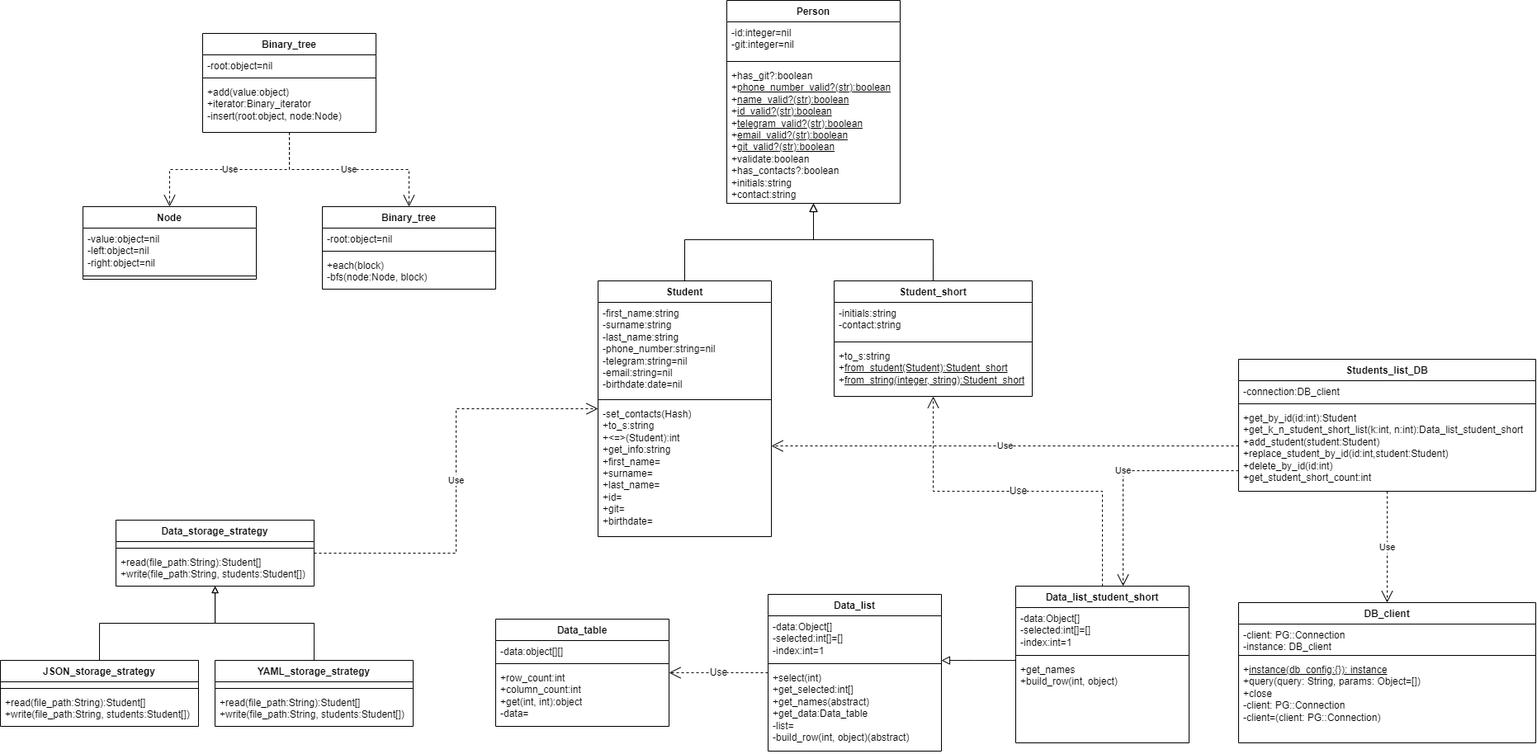
This is student/media/diagrams/class_diagram.png from creatior/Design-Patterns-labs, a draw.io export, as it was before one commit. Source tidied: cells renumbered, new cells last; positions are measured from the earlier drawing's top-left corner, leaving out a move shared by most shapes.
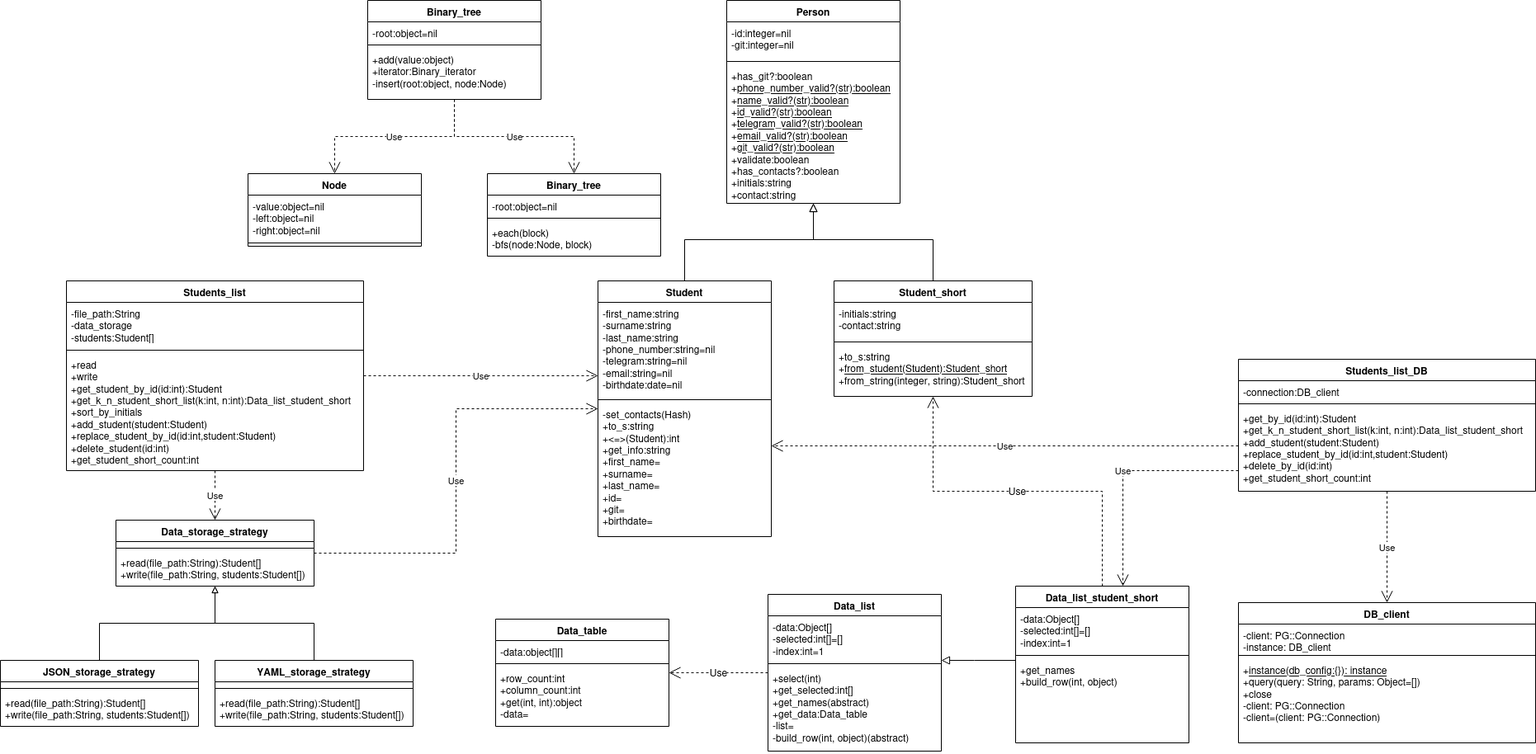
After the change.

Change to the diagram source:
```diff
@@ -62,5 +62,5 @@
     </mxCell>
-    <mxCell id="18" style="line;strokeWidth=1;fillColor=none;align=left;verticalAlign=middle;spacingTop=-1;spacingLeft=3;spacingRight=3;labelPosition=right;strokeColor=inherit;" parent="16" vertex="1">
-      <mxGeometry y="50" width="210" height="8" as="geometry" />
-    </mxCell>
+    <mxCell id="70" style="line;strokeWidth=1;fillColor=none;align=left;verticalAlign=middle;spacingTop=-1;spacingLeft=3;spacingRight=3;labelPosition=right;strokeColor=inherit;" parent="16" vertex="1">
+      <mxGeometry y="50" width="210" height="8" as="geometry" />
+    </mxCell>
     <mxCell id="19" value="+row_count:int&lt;div&gt;+column_count:int&lt;/div&gt;&lt;div&gt;+get(int, int):object&lt;/div&gt;&lt;div&gt;-data=&lt;/div&gt;&lt;div&gt;&lt;br&gt;&lt;/div&gt;" style="text;strokeColor=none;fillColor=none;align=left;verticalAlign=top;spacingLeft=4;spacingRight=4;overflow=hidden;whiteSpace=wrap;html=1;" parent="16" vertex="1">
@@ -71,8 +71,8 @@
     </mxCell>
-    <mxCell id="21" value="&lt;div&gt;-data:Object[]&lt;/div&gt;&lt;div&gt;-selected:int[]=[]&lt;/div&gt;&lt;div&gt;-index:int=1&lt;/div&gt;" style="text;strokeColor=none;fillColor=none;align=left;verticalAlign=top;spacingLeft=4;spacingRight=4;overflow=hidden;whiteSpace=wrap;html=1;" parent="20" vertex="1">
-      <mxGeometry y="26" width="210" height="54" as="geometry" />
-    </mxCell>
-    <mxCell id="22" style="line;strokeWidth=1;fillColor=none;align=left;verticalAlign=middle;spacingTop=-1;spacingLeft=3;spacingRight=3;labelPosition=right;strokeColor=inherit;" parent="20" vertex="1">
-      <mxGeometry y="80" width="210" height="8" as="geometry" />
-    </mxCell>
+    <mxCell id="71" value="&lt;div&gt;-data:Object[]&lt;/div&gt;&lt;div&gt;-selected:int[]=[]&lt;/div&gt;&lt;div&gt;-index:int=1&lt;/div&gt;" style="text;strokeColor=none;fillColor=none;align=left;verticalAlign=top;spacingLeft=4;spacingRight=4;overflow=hidden;whiteSpace=wrap;html=1;" parent="20" vertex="1">
+      <mxGeometry y="26" width="210" height="54" as="geometry" />
+    </mxCell>
+    <mxCell id="72" style="line;strokeWidth=1;fillColor=none;align=left;verticalAlign=middle;spacingTop=-1;spacingLeft=3;spacingRight=3;labelPosition=right;strokeColor=inherit;" parent="20" vertex="1">
+      <mxGeometry y="80" width="210" height="8" as="geometry" />
+    </mxCell>
     <mxCell id="23" value="+select(int)&lt;div&gt;+get_selected:int[]&lt;/div&gt;&lt;div&gt;+get_names(abstract)&lt;/div&gt;&lt;div&gt;+get_data:Data_table&lt;/div&gt;&lt;div&gt;-list=&lt;/div&gt;&lt;div&gt;-build_row(int, object)(abstract)&lt;/div&gt;" style="text;strokeColor=none;fillColor=none;align=left;verticalAlign=top;spacingLeft=4;spacingRight=4;overflow=hidden;whiteSpace=wrap;html=1;" parent="20" vertex="1">
@@ -83,8 +83,8 @@
     </mxCell>
-    <mxCell id="25" value="&lt;div&gt;-data:Object[]&lt;/div&gt;&lt;div&gt;-selected:int[]=[]&lt;/div&gt;&lt;div&gt;-index:int=1&lt;/div&gt;" style="text;strokeColor=none;fillColor=none;align=left;verticalAlign=top;spacingLeft=4;spacingRight=4;overflow=hidden;whiteSpace=wrap;html=1;" parent="24" vertex="1">
-      <mxGeometry y="26" width="210" height="54" as="geometry" />
-    </mxCell>
-    <mxCell id="26" style="line;strokeWidth=1;fillColor=none;align=left;verticalAlign=middle;spacingTop=-1;spacingLeft=3;spacingRight=3;labelPosition=right;strokeColor=inherit;" parent="24" vertex="1">
-      <mxGeometry y="80" width="210" height="8" as="geometry" />
-    </mxCell>
+    <mxCell id="73" value="&lt;div&gt;-data:Object[]&lt;/div&gt;&lt;div&gt;-selected:int[]=[]&lt;/div&gt;&lt;div&gt;-index:int=1&lt;/div&gt;" style="text;strokeColor=none;fillColor=none;align=left;verticalAlign=top;spacingLeft=4;spacingRight=4;overflow=hidden;whiteSpace=wrap;html=1;" parent="24" vertex="1">
+      <mxGeometry y="26" width="210" height="54" as="geometry" />
+    </mxCell>
+    <mxCell id="74" style="line;strokeWidth=1;fillColor=none;align=left;verticalAlign=middle;spacingTop=-1;spacingLeft=3;spacingRight=3;labelPosition=right;strokeColor=inherit;" parent="24" vertex="1">
+      <mxGeometry y="80" width="210" height="8" as="geometry" />
+    </mxCell>
     <mxCell id="27" value="+get_names&lt;div&gt;+build_row(int, object)&lt;/div&gt;" style="text;strokeColor=none;fillColor=none;align=left;verticalAlign=top;spacingLeft=4;spacingRight=4;overflow=hidden;whiteSpace=wrap;html=1;" parent="24" vertex="1">
@@ -112,11 +112,11 @@
     </mxCell>
-    <mxCell id="33" value="&lt;div&gt;&lt;br&gt;&lt;/div&gt;" style="text;strokeColor=none;fillColor=none;align=left;verticalAlign=top;spacingLeft=4;spacingRight=4;overflow=hidden;whiteSpace=wrap;html=1;" parent="32" vertex="1">
-      <mxGeometry y="26" width="240" height="4" as="geometry" />
-    </mxCell>
-    <mxCell id="34" style="line;strokeWidth=1;fillColor=none;align=left;verticalAlign=middle;spacingTop=-1;spacingLeft=3;spacingRight=3;labelPosition=right;strokeColor=inherit;" parent="32" vertex="1">
-      <mxGeometry y="30" width="240" height="8" as="geometry" />
-    </mxCell>
-    <mxCell id="35" value="+read(file_path:String):Student[]&lt;div&gt;+write(file_path:String, students:Student[])&lt;/div&gt;" style="text;strokeColor=none;fillColor=none;align=left;verticalAlign=top;spacingLeft=4;spacingRight=4;overflow=hidden;whiteSpace=wrap;html=1;" parent="32" vertex="1">
-      <mxGeometry y="38" width="240" height="42" as="geometry" />
-    </mxCell>
+    <mxCell id="75" value="&lt;div&gt;&lt;br&gt;&lt;/div&gt;" style="text;strokeColor=none;fillColor=none;align=left;verticalAlign=top;spacingLeft=4;spacingRight=4;overflow=hidden;whiteSpace=wrap;html=1;" parent="32" vertex="1">
+      <mxGeometry y="26" width="240" height="4" as="geometry" />
+    </mxCell>
+    <mxCell id="76" style="line;strokeWidth=1;fillColor=none;align=left;verticalAlign=middle;spacingTop=-1;spacingLeft=3;spacingRight=3;labelPosition=right;strokeColor=inherit;" parent="32" vertex="1">
+      <mxGeometry y="30" width="240" height="8" as="geometry" />
+    </mxCell>
+    <mxCell id="77" value="+read(file_path:String):Student[]&lt;div&gt;+write(file_path:String, students:Student[])&lt;/div&gt;" style="text;strokeColor=none;fillColor=none;align=left;verticalAlign=top;spacingLeft=4;spacingRight=4;overflow=hidden;whiteSpace=wrap;html=1;" parent="32" vertex="1">
+      <mxGeometry y="38" width="240" height="42" as="geometry" />
+    </mxCell>
     <mxCell id="36" style="edgeStyle=orthogonalEdgeStyle;rounded=0;jettySize=auto;html=1;exitX=0.5;exitY=0;exitDx=0;exitDy=0;endArrow=block;endFill=0;" parent="1" edge="1" source="37" target="41">
@@ -127,11 +127,11 @@
     </mxCell>
-    <mxCell id="38" value="&lt;div&gt;&lt;br&gt;&lt;/div&gt;" style="text;strokeColor=none;fillColor=none;align=left;verticalAlign=top;spacingLeft=4;spacingRight=4;overflow=hidden;whiteSpace=wrap;html=1;" parent="37" vertex="1">
-      <mxGeometry y="26" width="240" height="4" as="geometry" />
-    </mxCell>
-    <mxCell id="39" style="line;strokeWidth=1;fillColor=none;align=left;verticalAlign=middle;spacingTop=-1;spacingLeft=3;spacingRight=3;labelPosition=right;strokeColor=inherit;" parent="37" vertex="1">
-      <mxGeometry y="30" width="240" height="8" as="geometry" />
-    </mxCell>
-    <mxCell id="40" value="+read(file_path:String):Student[]&lt;div&gt;+write(file_path:String, students:Student[])&lt;/div&gt;" style="text;strokeColor=none;fillColor=none;align=left;verticalAlign=top;spacingLeft=4;spacingRight=4;overflow=hidden;whiteSpace=wrap;html=1;" parent="37" vertex="1">
-      <mxGeometry y="38" width="240" height="42" as="geometry" />
-    </mxCell>
+    <mxCell id="78" value="&lt;div&gt;&lt;br&gt;&lt;/div&gt;" style="text;strokeColor=none;fillColor=none;align=left;verticalAlign=top;spacingLeft=4;spacingRight=4;overflow=hidden;whiteSpace=wrap;html=1;" parent="37" vertex="1">
+      <mxGeometry y="26" width="240" height="4" as="geometry" />
+    </mxCell>
+    <mxCell id="79" style="line;strokeWidth=1;fillColor=none;align=left;verticalAlign=middle;spacingTop=-1;spacingLeft=3;spacingRight=3;labelPosition=right;strokeColor=inherit;" parent="37" vertex="1">
+      <mxGeometry y="30" width="240" height="8" as="geometry" />
+    </mxCell>
+    <mxCell id="80" value="+read(file_path:String):Student[]&lt;div&gt;+write(file_path:String, students:Student[])&lt;/div&gt;" style="text;strokeColor=none;fillColor=none;align=left;verticalAlign=top;spacingLeft=4;spacingRight=4;overflow=hidden;whiteSpace=wrap;html=1;" parent="37" vertex="1">
+      <mxGeometry y="38" width="240" height="42" as="geometry" />
+    </mxCell>
     <mxCell id="41" value="Data_storage_strategy" style="swimlane;fontStyle=1;align=center;verticalAlign=top;horizontal=1;startSize=26;whiteSpace=wrap;html=1;" parent="1" vertex="1">
@@ -139,11 +139,11 @@
     </mxCell>
-    <mxCell id="42" value="&lt;div&gt;&lt;br&gt;&lt;/div&gt;" style="text;strokeColor=none;fillColor=none;align=left;verticalAlign=top;spacingLeft=4;spacingRight=4;overflow=hidden;whiteSpace=wrap;html=1;" parent="41" vertex="1">
-      <mxGeometry y="26" width="240" height="4" as="geometry" />
-    </mxCell>
-    <mxCell id="43" style="line;strokeWidth=1;fillColor=none;align=left;verticalAlign=middle;spacingTop=-1;spacingLeft=3;spacingRight=3;labelPosition=right;strokeColor=inherit;" parent="41" vertex="1">
-      <mxGeometry y="30" width="240" height="8" as="geometry" />
-    </mxCell>
-    <mxCell id="44" value="+read(file_path:String):Student[]&lt;div&gt;+write(file_path:String, students:Student[])&lt;/div&gt;" style="text;strokeColor=none;fillColor=none;align=left;verticalAlign=top;spacingLeft=4;spacingRight=4;overflow=hidden;whiteSpace=wrap;html=1;" parent="41" vertex="1">
-      <mxGeometry y="38" width="240" height="42" as="geometry" />
-    </mxCell>
+    <mxCell id="81" value="&lt;div&gt;&lt;br&gt;&lt;/div&gt;" style="text;strokeColor=none;fillColor=none;align=left;verticalAlign=top;spacingLeft=4;spacingRight=4;overflow=hidden;whiteSpace=wrap;html=1;" parent="41" vertex="1">
+      <mxGeometry y="26" width="240" height="4" as="geometry" />
+    </mxCell>
+    <mxCell id="82" style="line;strokeWidth=1;fillColor=none;align=left;verticalAlign=middle;spacingTop=-1;spacingLeft=3;spacingRight=3;labelPosition=right;strokeColor=inherit;" parent="41" vertex="1">
+      <mxGeometry y="30" width="240" height="8" as="geometry" />
+    </mxCell>
+    <mxCell id="83" value="+read(file_path:String):Student[]&lt;div&gt;+write(file_path:String, students:Student[])&lt;/div&gt;" style="text;strokeColor=none;fillColor=none;align=left;verticalAlign=top;spacingLeft=4;spacingRight=4;overflow=hidden;whiteSpace=wrap;html=1;" parent="41" vertex="1">
+      <mxGeometry y="38" width="240" height="42" as="geometry" />
+    </mxCell>
     <mxCell id="45" value="Use" style="endArrow=open;endSize=12;dashed=1;html=1;rounded=0;edgeStyle=orthogonalEdgeStyle;" parent="1" edge="1" source="41" target="7">
@@ -151,12 +151,12 @@
     </mxCell>
-    <mxCell id="46" value="Binary_tree" style="swimlane;fontStyle=1;align=center;verticalAlign=top;horizontal=1;startSize=26;whiteSpace=wrap;html=1;" parent="1" vertex="1">
-      <mxGeometry x="245" y="40" width="210" height="120" as="geometry" />
-    </mxCell>
-    <mxCell id="47" value="&lt;div&gt;-root:object=nil&lt;/div&gt;" style="text;strokeColor=none;fillColor=none;align=left;verticalAlign=top;spacingLeft=4;spacingRight=4;overflow=hidden;whiteSpace=wrap;html=1;" parent="46" vertex="1">
-      <mxGeometry y="26" width="210" height="24" as="geometry" />
-    </mxCell>
-    <mxCell id="48" style="line;strokeWidth=1;fillColor=none;align=left;verticalAlign=middle;spacingTop=-1;spacingLeft=3;spacingRight=3;labelPosition=right;strokeColor=inherit;" parent="46" vertex="1">
-      <mxGeometry y="50" width="210" height="8" as="geometry" />
-    </mxCell>
+    <mxCell id="84" value="Binary_tree" style="swimlane;fontStyle=1;align=center;verticalAlign=top;horizontal=1;startSize=26;whiteSpace=wrap;html=1;" parent="1" vertex="1">
+      <mxGeometry x="445" width="210" height="120" as="geometry" />
+    </mxCell>
+    <mxCell id="85" value="&lt;div&gt;-root:object=nil&lt;/div&gt;" style="text;strokeColor=none;fillColor=none;align=left;verticalAlign=top;spacingLeft=4;spacingRight=4;overflow=hidden;whiteSpace=wrap;html=1;" parent="84" vertex="1">
+      <mxGeometry y="26" width="210" height="24" as="geometry" />
+    </mxCell>
+    <mxCell id="86" style="line;strokeWidth=1;fillColor=none;align=left;verticalAlign=middle;spacingTop=-1;spacingLeft=3;spacingRight=3;labelPosition=right;strokeColor=inherit;" parent="84" vertex="1">
+      <mxGeometry y="50" width="210" height="8" as="geometry" />
+    </mxCell>
-    <mxCell id="49" value="+add(value:object)&lt;div&gt;+iterator:Binary_iterator&lt;/div&gt;&lt;div&gt;-insert(root:object, node:Node)&lt;/div&gt;" style="text;strokeColor=none;fillColor=none;align=left;verticalAlign=top;spacingLeft=4;spacingRight=4;overflow=hidden;whiteSpace=wrap;html=1;" parent="46" vertex="1">
+    <mxCell id="49" value="+add(value:object)&lt;div&gt;+iterator:Binary_iterator&lt;/div&gt;&lt;div&gt;-insert(root:object, node:Node)&lt;/div&gt;" style="text;strokeColor=none;fillColor=none;align=left;verticalAlign=top;spacingLeft=4;spacingRight=4;overflow=hidden;whiteSpace=wrap;html=1;" parent="84" vertex="1">
       <mxGeometry y="58" width="210" height="62" as="geometry" />
@@ -164,3 +164,3 @@
     <mxCell id="50" value="Node" style="swimlane;fontStyle=1;align=center;verticalAlign=top;horizontal=1;startSize=26;whiteSpace=wrap;html=1;" parent="1" vertex="1">
-      <mxGeometry x="100" y="250" width="210" height="88" as="geometry" />
+      <mxGeometry x="300" y="210" width="210" height="88" as="geometry" />
     </mxCell>
@@ -169,23 +169,23 @@
     </mxCell>
-    <mxCell id="52" style="line;strokeWidth=1;fillColor=none;align=left;verticalAlign=middle;spacingTop=-1;spacingLeft=3;spacingRight=3;labelPosition=right;strokeColor=inherit;" parent="50" vertex="1">
-      <mxGeometry y="80" width="210" height="8" as="geometry" />
-    </mxCell>
-    <mxCell id="53" value="Binary_tree" style="swimlane;fontStyle=1;align=center;verticalAlign=top;horizontal=1;startSize=26;whiteSpace=wrap;html=1;" parent="1" vertex="1">
-      <mxGeometry x="390" y="250" width="210" height="100" as="geometry" />
-    </mxCell>
-    <mxCell id="54" value="&lt;div&gt;-root:object=nil&lt;/div&gt;" style="text;strokeColor=none;fillColor=none;align=left;verticalAlign=top;spacingLeft=4;spacingRight=4;overflow=hidden;whiteSpace=wrap;html=1;" parent="53" vertex="1">
-      <mxGeometry y="26" width="210" height="24" as="geometry" />
-    </mxCell>
-    <mxCell id="55" style="line;strokeWidth=1;fillColor=none;align=left;verticalAlign=middle;spacingTop=-1;spacingLeft=3;spacingRight=3;labelPosition=right;strokeColor=inherit;" parent="53" vertex="1">
-      <mxGeometry y="50" width="210" height="8" as="geometry" />
-    </mxCell>
+    <mxCell id="87" style="line;strokeWidth=1;fillColor=none;align=left;verticalAlign=middle;spacingTop=-1;spacingLeft=3;spacingRight=3;labelPosition=right;strokeColor=inherit;" parent="50" vertex="1">
+      <mxGeometry y="80" width="210" height="8" as="geometry" />
+    </mxCell>
+    <mxCell id="88" value="Binary_tree" style="swimlane;fontStyle=1;align=center;verticalAlign=top;horizontal=1;startSize=26;whiteSpace=wrap;html=1;" parent="1" vertex="1">
+      <mxGeometry x="590" y="210" width="210" height="100" as="geometry" />
+    </mxCell>
+    <mxCell id="89" value="&lt;div&gt;-root:object=nil&lt;/div&gt;" style="text;strokeColor=none;fillColor=none;align=left;verticalAlign=top;spacingLeft=4;spacingRight=4;overflow=hidden;whiteSpace=wrap;html=1;" parent="88" vertex="1">
+      <mxGeometry y="26" width="210" height="24" as="geometry" />
+    </mxCell>
+    <mxCell id="90" style="line;strokeWidth=1;fillColor=none;align=left;verticalAlign=middle;spacingTop=-1;spacingLeft=3;spacingRight=3;labelPosition=right;strokeColor=inherit;" parent="88" vertex="1">
+      <mxGeometry y="50" width="210" height="8" as="geometry" />
+    </mxCell>
-    <mxCell id="56" value="&lt;div&gt;+each(block)&lt;/div&gt;-bfs(node:Node, block)" style="text;strokeColor=none;fillColor=none;align=left;verticalAlign=top;spacingLeft=4;spacingRight=4;overflow=hidden;whiteSpace=wrap;html=1;" parent="53" vertex="1">
+    <mxCell id="56" value="&lt;div&gt;+each(block)&lt;/div&gt;-bfs(node:Node, block)" style="text;strokeColor=none;fillColor=none;align=left;verticalAlign=top;spacingLeft=4;spacingRight=4;overflow=hidden;whiteSpace=wrap;html=1;" parent="88" vertex="1">
       <mxGeometry y="58" width="210" height="42" as="geometry" />
     </mxCell>
-    <mxCell id="57" value="Use" style="endArrow=open;endSize=12;dashed=1;html=1;rounded=0;edgeStyle=orthogonalEdgeStyle;" parent="1" edge="1" source="46" target="50">
-      <mxGeometry relative="1" as="geometry" />
-    </mxCell>
-    <mxCell id="58" value="Use" style="endArrow=open;endSize=12;dashed=1;html=1;rounded=0;edgeStyle=orthogonalEdgeStyle;" parent="1" edge="1" source="46" target="53">
-      <mxGeometry relative="1" as="geometry" />
-    </mxCell>
+    <mxCell id="91" value="Use" style="endArrow=open;endSize=12;dashed=1;html=1;rounded=0;edgeStyle=orthogonalEdgeStyle;" parent="1" edge="1" source="84" target="50">
+      <mxGeometry relative="1" as="geometry" />
+    </mxCell>
+    <mxCell id="92" value="Use" style="endArrow=open;endSize=12;dashed=1;html=1;rounded=0;edgeStyle=orthogonalEdgeStyle;" parent="1" edge="1" source="84" target="88">
+      <mxGeometry relative="1" as="geometry" />
+    </mxCell>
     <mxCell id="59" value="Students_list_DB" style="swimlane;fontStyle=1;align=center;verticalAlign=top;horizontal=1;startSize=26;whiteSpace=wrap;html=1;" parent="1" vertex="1">
@@ -232,2 +232,25 @@
     </mxCell>
+    <mxCell id="93" value="Students_list" style="swimlane;fontStyle=1;align=center;verticalAlign=top;horizontal=1;startSize=26;whiteSpace=wrap;html=1;" parent="1" vertex="1">
+      <mxGeometry x="80" y="340" width="360" height="230" as="geometry" />
+    </mxCell>
+    <mxCell id="94" value="&lt;div&gt;-file_path:String&lt;br&gt;&lt;/div&gt;&lt;div&gt;-data_storage&lt;/div&gt;&lt;div&gt;-students:Student[]&lt;br&gt;&lt;/div&gt;" style="text;strokeColor=none;fillColor=none;align=left;verticalAlign=top;spacingLeft=4;spacingRight=4;overflow=hidden;whiteSpace=wrap;html=1;" parent="93" vertex="1">
+      <mxGeometry y="26" width="360" height="54" as="geometry" />
+    </mxCell>
+    <mxCell id="95" style="line;strokeWidth=1;fillColor=none;align=left;verticalAlign=middle;spacingTop=-1;spacingLeft=3;spacingRight=3;labelPosition=right;strokeColor=inherit;" parent="93" vertex="1">
+      <mxGeometry y="80" width="360" height="8" as="geometry" />
+    </mxCell>
+    <mxCell id="96" value="&lt;div&gt;+read&lt;/div&gt;&lt;div&gt;+write&lt;br&gt;&lt;/div&gt;&lt;div&gt;+get_student_by_id(id:int):Student&lt;/div&gt;&lt;div&gt;+get_k_n_student_short_list(k:int, n:int):Data_list_student_short&lt;/div&gt;&lt;div&gt;+sort_by_initials&lt;br&gt;&lt;/div&gt;&lt;div&gt;+add_student(student:Student)&lt;/div&gt;&lt;div&gt;+replace_student_by_id(id:int,student:Student)&lt;/div&gt;&lt;div&gt;+delete_student(id:int)&lt;/div&gt;&lt;div&gt;+get_student_short_count:int&lt;/div&gt;" style="text;strokeColor=none;fillColor=none;align=left;verticalAlign=top;spacingLeft=4;spacingRight=4;overflow=hidden;whiteSpace=wrap;html=1;" parent="93" vertex="1">
+      <mxGeometry y="88" width="360" height="142" as="geometry" />
+    </mxCell>
+    <mxCell id="97" value="Use" style="endArrow=open;endSize=12;dashed=1;html=1;rounded=0;edgeStyle=orthogonalEdgeStyle;" parent="1" edge="1" source="93" target="41">
+      <mxGeometry relative="1" as="geometry" />
+    </mxCell>
+    <mxCell id="98" value="Use" style="endArrow=open;endSize=12;dashed=1;html=1;rounded=0;edgeStyle=orthogonalEdgeStyle;" parent="1" edge="1" source="93" target="7">
+      <mxGeometry relative="1" as="geometry">
+        <Array as="points">
+          <mxPoint x="660" y="455" />
+          <mxPoint x="660" y="455" />
+        </Array>
+      </mxGeometry>
+    </mxCell>
   </root>
```
